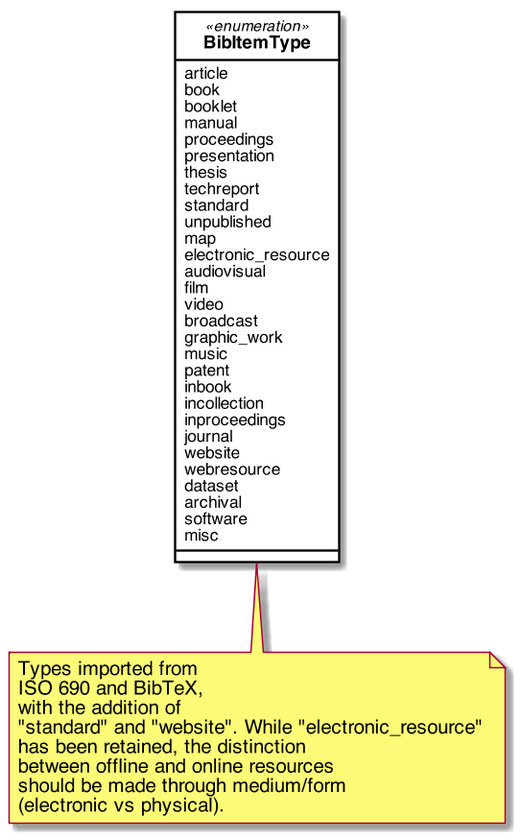
This is images/RelBib_BibItemType.png from relaton/relaton-models, a PlantUML export, as it was before one commit.
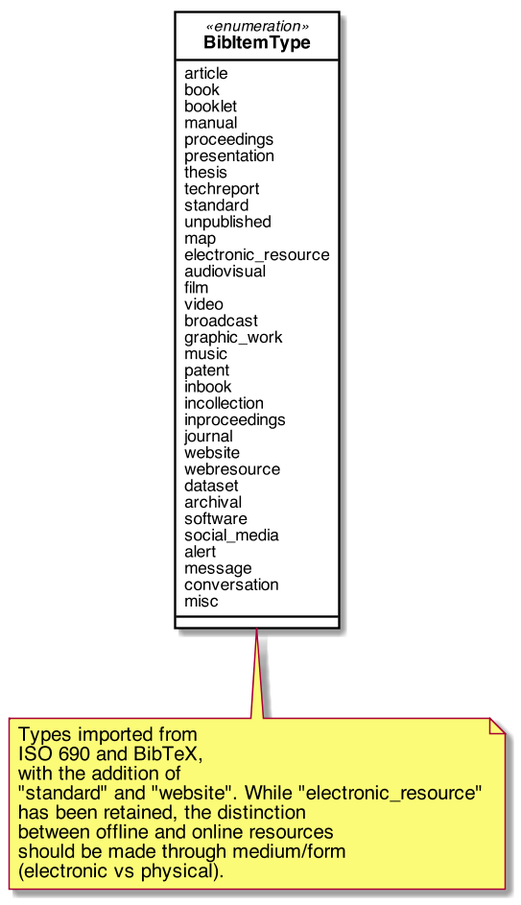
After the change.

The edit, as a diff of the source:
```diff
@@ -71,6 +71,10 @@
     dataset
     archival
     software
+    social_media
+    alert
+    message
+    conversation
     misc
 }
 
```
